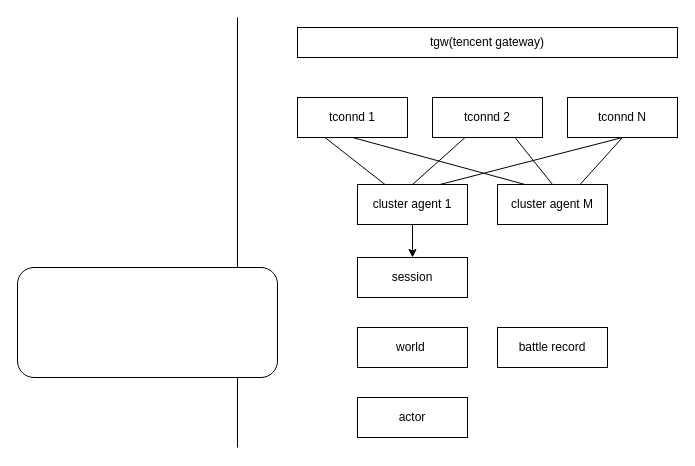
Before: civ_server_architecture.drawio in foxfei83/draw, a draw.io diagram. Source tidied: cells renumbered, new cells numbered last; positions are measured from the earlier drawing's top-left corner, leaving out a move shared by most shapes. Both pictures are drawn from the tidied source at 100%, with x=0, y=0 at pixel (17, 17).
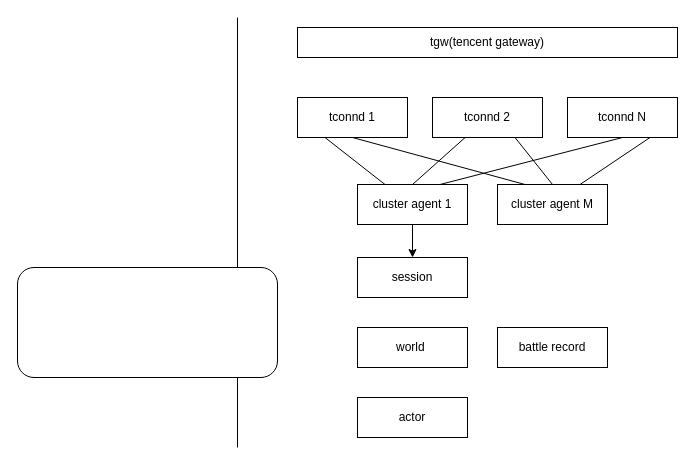
After the change.

Unchanged cells that the change refers to:
```xml
<mxCell id="6" value="tconnd N" style="rounded=0;whiteSpace=wrap;html=1;" parent="1" vertex="1">
  <mxGeometry x="550" y="80" width="110" height="40" as="geometry" />
</mxCell>
<mxCell id="10" value="cluster agent M" style="rounded=0;whiteSpace=wrap;html=1;" parent="1" vertex="1">
  <mxGeometry x="480" y="167" width="110" height="40" as="geometry" />
</mxCell>
```

Diff of the diagram source:
```diff
@@
-    <mxCell id="17" style="endArrow=none;html=1;rounded=0;exitX=0.75;exitY=0;exitDx=0;exitDy=0;entryX=0.5;entryY=1;entryDx=0;entryDy=0;" parent="1" edge="1" source="10" target="6">
+    <mxCell id="17" style="endArrow=none;html=1;rounded=0;exitX=0.75;exitY=0;exitDx=0;exitDy=0;entryX=0.75;entryY=1;entryDx=0;entryDy=0;" parent="1" edge="1" source="10" target="6">
       <mxGeometry relative="1" as="geometry" />
     </mxCell>
```
